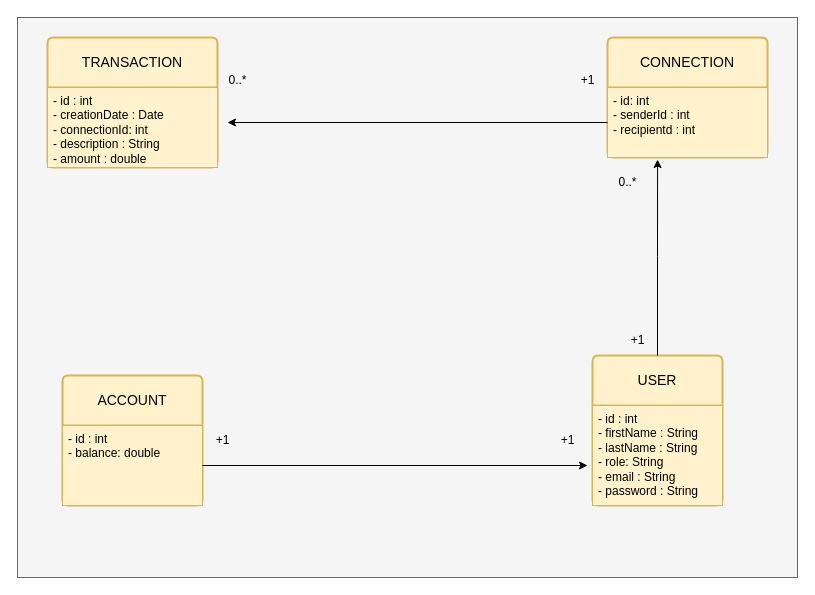
Earlier version of the draw.io diagram mcd-pmb.drawio (PhilAuto83/PayMyBuddy-PM). Source tidied: cells renumbered, new cells numbered last; positions are measured from the earlier drawing's top-left corner, leaving out a move shared by most shapes. Both pictures are drawn from the tidied source at 100%, with x=0, y=0 at pixel (17, 17).
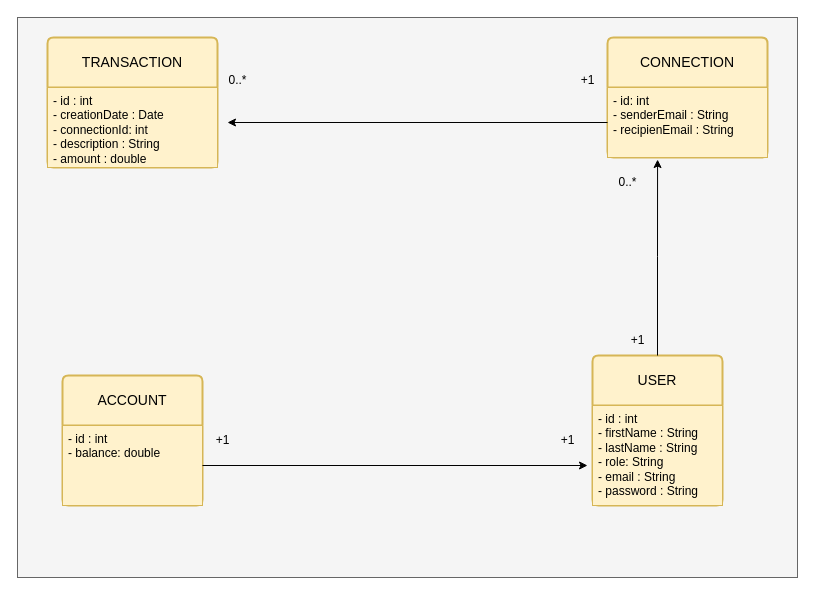
The same diagram, later.

The change refers to these unchanged cells:
```xml
<mxCell id="7" value="CONNECTION" style="swimlane;horizontal=1;startSize=50;rounded=1;fontSize=14;fontStyle=0;strokeWidth=2;shadow=0;dashed=0;align=center;arcSize=4;whiteSpace=wrap;html=1;fillColor=#fff2cc;strokeColor=#d6b656;" parent="1" vertex="1">
  <mxGeometry x="590" y="20" width="160" height="120" as="geometry" />
</mxCell>
```

The edit, as a diff of the source:
```diff
@@
-    <mxCell id="8" value="- id: int&lt;div&gt;- senderId : int&lt;br&gt;- recipientd : int&lt;div&gt;&lt;br&gt;&lt;/div&gt;&lt;/div&gt;" style="align=left;strokeColor=#d6b656;fillColor=#fff2cc;spacingLeft=4;fontSize=12;verticalAlign=top;html=1;" parent="7" vertex="1">
+    <mxCell id="8" value="- id: int&lt;div&gt;- senderEmail&amp;nbsp;: String&lt;br&gt;- recipienEmail : String&lt;div&gt;&lt;br&gt;&lt;/div&gt;&lt;/div&gt;" style="align=left;strokeColor=#d6b656;fillColor=#fff2cc;spacingLeft=4;fontSize=12;verticalAlign=top;html=1;" parent="7" vertex="1">
       <mxGeometry y="50" width="160" height="70" as="geometry" />
     </mxCell>
```
